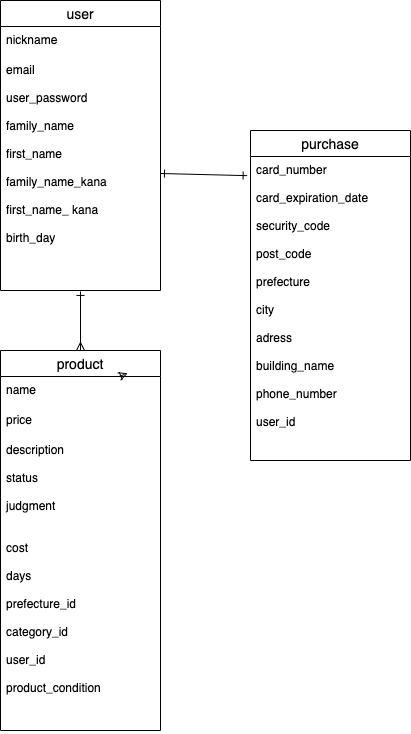
The draw.io diagram .drawio.png in naokiebihara/furima-37727, before a commit. Source tidied: cells renumbered, new cells last; positions are measured from the earlier drawing's top-left corner, leaving out a move shared by most shapes.
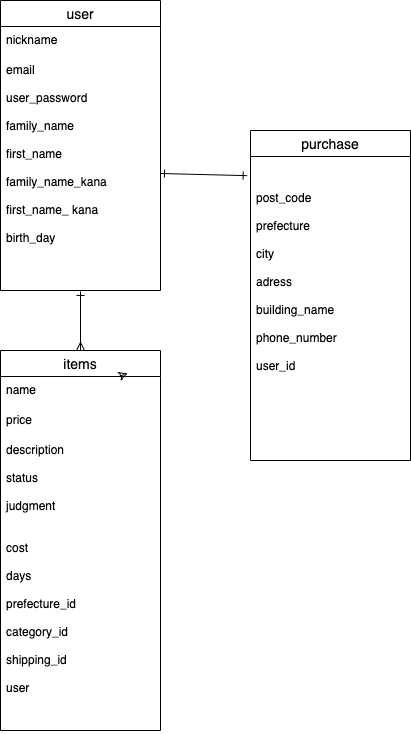
Above is the later version.

Diff of the diagram source:
```diff
@@ -14,13 +14,13 @@
     <mxCell id="5" value="purchase" style="swimlane;fontStyle=0;horizontal=1;startSize=26;align=center;fontSize=14;" parent="1" vertex="1">
       <mxGeometry x="250" y="130" width="160" height="330" as="geometry" />
     </mxCell>
-    <mxCell id="6" value="card_number&#10;&#10;card_expiration_date&#10;&#10;security_code&#10;&#10;post_code&#10;&#10;prefecture&#10;&#10;city&#10;&#10;adress&#10;&#10;building_name&#10;&#10;phone_number&#10;&#10;user_id&#10;&#10;&#10;&#10;&#10;&#10;&#10;&#10;&#10;" style="text;strokeColor=none;fillColor=none;spacingLeft=4;spacingRight=4;overflow=hidden;points=[[0,0.5],[1,0.5]];portConstraint=eastwest;fontSize=12;" parent="5" vertex="1">
+    <mxCell id="6" value="&#10;&#10;post_code&#10;&#10;prefecture&#10;&#10;city&#10;&#10;adress&#10;&#10;building_name&#10;&#10;phone_number&#10;&#10;user_id&#10;&#10;&#10;&#10;&#10;&#10;&#10;&#10;&#10;" style="text;strokeColor=none;fillColor=none;spacingLeft=4;spacingRight=4;overflow=hidden;points=[[0,0.5],[1,0.5]];portConstraint=eastwest;fontSize=12;" parent="5" vertex="1">
       <mxGeometry y="26" width="160" height="304" as="geometry" />
     </mxCell>
     <mxCell id="7" style="edgeStyle=none;html=1;exitX=0.5;exitY=0;exitDx=0;exitDy=0;entryX=0.5;entryY=1.004;entryDx=0;entryDy=0;entryPerimeter=0;shadow=0;startArrow=ERmany;startFill=0;endArrow=ERone;endFill=0;" parent="1" edge="1" source="8" target="4">
       <mxGeometry relative="1" as="geometry" />
     </mxCell>
-    <mxCell id="8" value="product" style="swimlane;fontStyle=0;horizontal=1;startSize=26;align=center;fontSize=14;" parent="1" vertex="1">
+    <mxCell id="8" value="items" style="swimlane;fontStyle=0;horizontal=1;startSize=26;align=center;fontSize=14;" parent="1" vertex="1">
       <mxGeometry y="350" width="160" height="380" as="geometry" />
     </mxCell>
     <mxCell id="9" value="name&#10;&#10;" style="text;strokeColor=none;fillColor=none;spacingLeft=4;spacingRight=4;overflow=hidden;points=[[0,0.5],[1,0.5]];portConstraint=eastwest;fontSize=12;" parent="8" vertex="1">
@@ -29,7 +29,7 @@
     <mxCell id="10" value="price&#10;&#10;" style="text;strokeColor=none;fillColor=none;spacingLeft=4;spacingRight=4;overflow=hidden;fontSize=12;" parent="8" vertex="1">
       <mxGeometry y="56" width="160" height="30" as="geometry" />
     </mxCell>
-    <mxCell id="11" value="description&#10;&#10;status&#10;&#10;judgment&#10;&#10;&#10;cost&#10;&#10;days&#10;&#10;prefecture_id&#10;&#10;category_id&#10;&#10;user_id&#10;&#10;product_condition" style="text;strokeColor=none;fillColor=none;spacingLeft=4;spacingRight=4;overflow=hidden;fontSize=12;" parent="8" vertex="1">
+    <mxCell id="11" value="description&#10;&#10;status&#10;&#10;judgment&#10;&#10;&#10;cost&#10;&#10;days&#10;&#10;prefecture_id&#10;&#10;category_id&#10;&#10;shipping_id &#10;&#10;user&#10;&#10;" style="text;strokeColor=none;fillColor=none;spacingLeft=4;spacingRight=4;overflow=hidden;fontSize=12;" parent="8" vertex="1">
       <mxGeometry y="86" width="160" height="294" as="geometry" />
     </mxCell>
     <mxCell id="12" style="edgeStyle=none;html=1;shadow=0;startArrow=ERmany;startFill=0;endArrow=ERone;endFill=0;entryX=0.775;entryY=0.063;entryDx=0;entryDy=0;entryPerimeter=0;strokeColor=default;" parent="8" edge="1" source="9" target="8">
```
